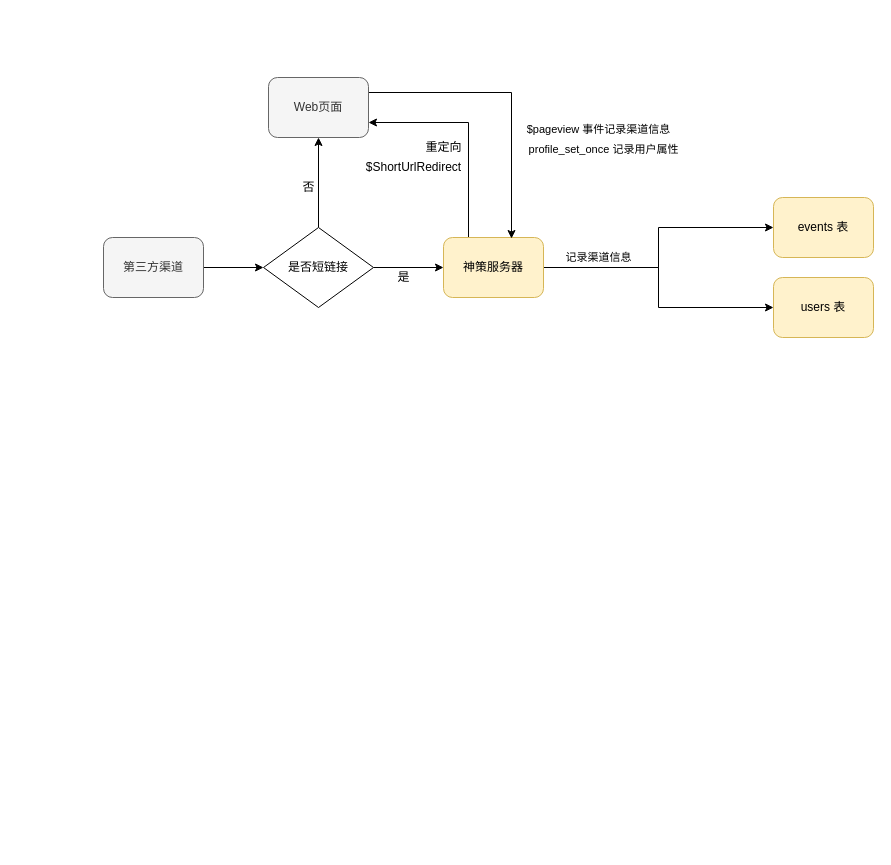
The draw.io diagram 导入工具.drawio in zhulinghao/drawio_warehouse, before the edit. Source tidied: cells renumbered, new cells numbered last; positions are measured from the earlier drawing's top-left corner, leaving out a move shared by most shapes. Both pictures are drawn from the tidied source at 100%, with x=0, y=0 at pixel (103, 77).
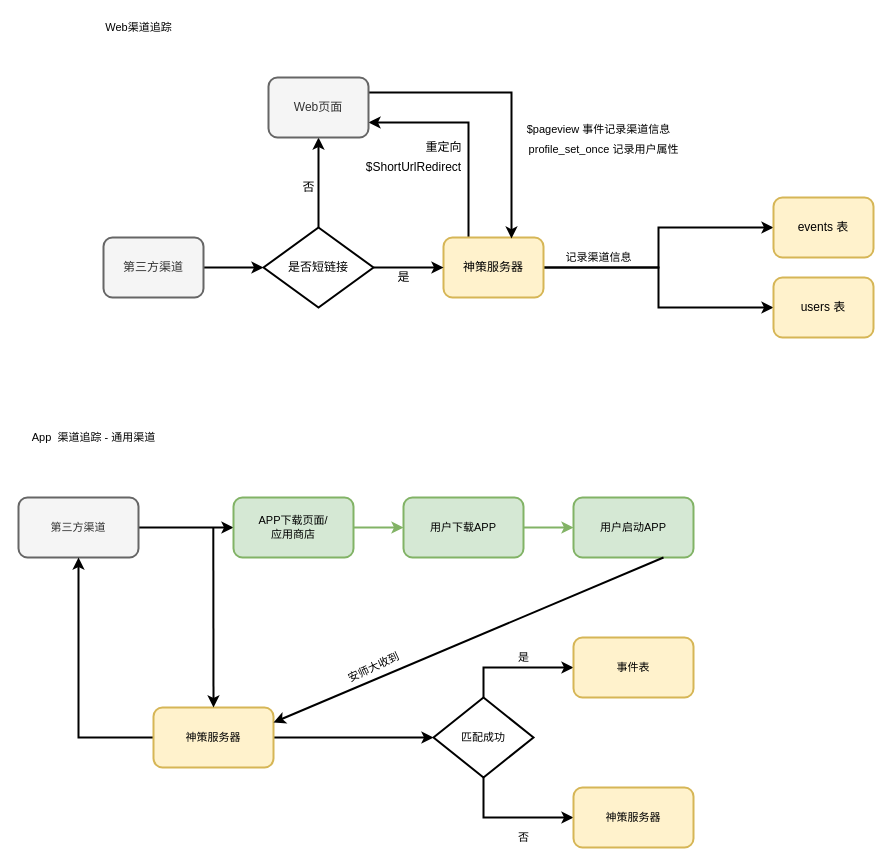
After the change.

Diff of the diagram source:
```diff
@@
-    <mxCell id="2" style="edgeStyle=orthogonalEdgeStyle;rounded=0;jettySize=auto;html=1;exitX=1;exitY=0.5;exitDx=0;exitDy=0;entryX=0;entryY=0.5;entryDx=0;entryDy=0;" parent="1" edge="1" source="3" target="10">
+    <mxCell id="2" style="edgeStyle=orthogonalEdgeStyle;rounded=0;jettySize=auto;html=1;exitX=1;exitY=0.5;exitDx=0;exitDy=0;entryX=0;entryY=0.5;entryDx=0;entryDy=0;strokeWidth=2;" parent="1" edge="1" source="3" target="10">
       <mxGeometry relative="1" as="geometry" />
     </mxCell>
-    <mxCell id="3" value="第三方渠道" style="rounded=1;whiteSpace=wrap;html=1;fillColor=#f5f5f5;fontColor=#333333;strokeColor=#666666;" parent="1" vertex="1">
+    <mxCell id="3" value="第三方渠道" style="rounded=1;whiteSpace=wrap;html=1;fillColor=#f5f5f5;fontColor=#333333;strokeColor=#666666;strokeWidth=2;" parent="1" vertex="1">
       <mxGeometry y="160" width="100" height="60" as="geometry" />
     </mxCell>
-    <mxCell id="4" style="edgeStyle=orthogonalEdgeStyle;rounded=0;jettySize=auto;html=1;exitX=0.25;exitY=0;exitDx=0;exitDy=0;entryX=1;entryY=0.75;entryDx=0;entryDy=0;" parent="1" edge="1" source="7" target="12">
+    <mxCell id="4" style="edgeStyle=orthogonalEdgeStyle;rounded=0;jettySize=auto;html=1;exitX=0.25;exitY=0;exitDx=0;exitDy=0;entryX=1;entryY=0.75;entryDx=0;entryDy=0;strokeWidth=2;" parent="1" edge="1" source="7" target="12">
       <mxGeometry relative="1" as="geometry" />
     </mxCell>
-    <mxCell id="5" style="edgeStyle=orthogonalEdgeStyle;rounded=0;jettySize=auto;html=1;exitX=1;exitY=0.5;exitDx=0;exitDy=0;entryX=0;entryY=0.5;entryDx=0;entryDy=0;" parent="1" edge="1" source="7" target="13">
+    <mxCell id="5" style="edgeStyle=orthogonalEdgeStyle;rounded=0;jettySize=auto;html=1;exitX=1;exitY=0.5;exitDx=0;exitDy=0;entryX=0;entryY=0.5;entryDx=0;entryDy=0;strokeWidth=2;" parent="1" edge="1" source="7" target="13">
       <mxGeometry relative="1" as="geometry" />
     </mxCell>
-    <mxCell id="6" style="edgeStyle=orthogonalEdgeStyle;rounded=0;jettySize=auto;html=1;exitX=1;exitY=0.5;exitDx=0;exitDy=0;entryX=0;entryY=0.5;entryDx=0;entryDy=0;" parent="1" edge="1" source="7" target="14">
+    <mxCell id="6" style="edgeStyle=orthogonalEdgeStyle;rounded=0;jettySize=auto;html=1;exitX=1;exitY=0.5;exitDx=0;exitDy=0;entryX=0;entryY=0.5;entryDx=0;entryDy=0;strokeWidth=2;" parent="1" edge="1" source="7" target="14">
       <mxGeometry relative="1" as="geometry" />
     </mxCell>
-    <mxCell id="7" value="神策服务器" style="rounded=1;whiteSpace=wrap;html=1;fillColor=#fff2cc;strokeColor=#d6b656;" parent="1" vertex="1">
+    <mxCell id="7" value="神策服务器" style="rounded=1;whiteSpace=wrap;html=1;fillColor=#fff2cc;strokeColor=#d6b656;strokeWidth=2;" parent="1" vertex="1">
       <mxGeometry x="340" y="160" width="100" height="60" as="geometry" />
     </mxCell>
-    <mxCell id="8" style="edgeStyle=orthogonalEdgeStyle;rounded=0;jettySize=auto;html=1;exitX=1;exitY=0.5;exitDx=0;exitDy=0;entryX=0;entryY=0.5;entryDx=0;entryDy=0;" parent="1" edge="1" source="10" target="7">
+    <mxCell id="8" style="edgeStyle=orthogonalEdgeStyle;rounded=0;jettySize=auto;html=1;exitX=1;exitY=0.5;exitDx=0;exitDy=0;entryX=0;entryY=0.5;entryDx=0;entryDy=0;strokeWidth=2;" parent="1" edge="1" source="10" target="7">
       <mxGeometry relative="1" as="geometry" />
     </mxCell>
-    <mxCell id="9" style="edgeStyle=orthogonalEdgeStyle;rounded=0;jettySize=auto;html=1;exitX=0.5;exitY=0;exitDx=0;exitDy=0;entryX=0.5;entryY=1;entryDx=0;entryDy=0;fontSize=11;" parent="1" edge="1" source="10" target="12">
+    <mxCell id="9" style="edgeStyle=orthogonalEdgeStyle;rounded=0;jettySize=auto;html=1;exitX=0.5;exitY=0;exitDx=0;exitDy=0;entryX=0.5;entryY=1;entryDx=0;entryDy=0;fontSize=11;strokeWidth=2;" parent="1" edge="1" source="10" target="12">
       <mxGeometry relative="1" as="geometry" />
     </mxCell>
-    <mxCell id="10" value="是否短链接" style="rhombus;whiteSpace=wrap;html=1;" parent="1" vertex="1">
+    <mxCell id="10" value="是否短链接" style="rhombus;whiteSpace=wrap;html=1;strokeWidth=2;" parent="1" vertex="1">
       <mxGeometry x="160" y="150" width="110" height="80" as="geometry" />
     </mxCell>
-    <mxCell id="11" style="edgeStyle=orthogonalEdgeStyle;rounded=0;jettySize=auto;html=1;exitX=1;exitY=0.25;exitDx=0;exitDy=0;entryX=0.68;entryY=0.017;entryDx=0;entryDy=0;entryPerimeter=0;" parent="1" edge="1" source="12" target="7">
+    <mxCell id="11" style="edgeStyle=orthogonalEdgeStyle;rounded=0;jettySize=auto;html=1;exitX=1;exitY=0.25;exitDx=0;exitDy=0;entryX=0.68;entryY=0.017;entryDx=0;entryDy=0;entryPerimeter=0;strokeWidth=2;" parent="1" edge="1" source="12" target="7">
       <mxGeometry relative="1" as="geometry" />
     </mxCell>
-    <mxCell id="12" value="Web页面" style="rounded=1;whiteSpace=wrap;html=1;fillColor=#f5f5f5;strokeColor=#666666;fontColor=#333333;" parent="1" vertex="1">
+    <mxCell id="12" value="Web页面" style="rounded=1;whiteSpace=wrap;html=1;fillColor=#f5f5f5;strokeColor=#666666;fontColor=#333333;strokeWidth=2;" parent="1" vertex="1">
       <mxGeometry x="165" width="100" height="60" as="geometry" />
     </mxCell>
-    <mxCell id="13" value="events 表" style="rounded=1;whiteSpace=wrap;html=1;fillColor=#fff2cc;strokeColor=#d6b656;" parent="1" vertex="1">
+    <mxCell id="13" value="events 表" style="rounded=1;whiteSpace=wrap;html=1;fillColor=#fff2cc;strokeColor=#d6b656;strokeWidth=2;" parent="1" vertex="1">
       <mxGeometry x="670" y="120" width="100" height="60" as="geometry" />
     </mxCell>
-    <mxCell id="14" value="users 表" style="rounded=1;whiteSpace=wrap;html=1;fillColor=#fff2cc;strokeColor=#d6b656;" parent="1" vertex="1">
+    <mxCell id="14" value="users 表" style="rounded=1;whiteSpace=wrap;html=1;fillColor=#fff2cc;strokeColor=#d6b656;strokeWidth=2;" parent="1" vertex="1">
       <mxGeometry x="670" y="200" width="100" height="60" as="geometry" />
     </mxCell>
-    <mxCell id="15" value="是" style="text;html=1;align=center;verticalAlign=middle;strokeColor=none;fillColor=none;" parent="1" vertex="1">
+    <mxCell id="15" value="是" style="text;html=1;align=center;verticalAlign=middle;strokeColor=none;fillColor=none;strokeWidth=2;" parent="1" vertex="1">
       <mxGeometry x="285" y="190" width="30" height="20" as="geometry" />
     </mxCell>
-    <mxCell id="16" value="否" style="text;html=1;align=center;verticalAlign=middle;strokeColor=none;fillColor=none;" parent="1" vertex="1">
+    <mxCell id="16" value="否" style="text;html=1;align=center;verticalAlign=middle;strokeColor=none;fillColor=none;strokeWidth=2;" parent="1" vertex="1">
       <mxGeometry x="190" y="100" width="30" height="20" as="geometry" />
     </mxCell>
-    <mxCell id="17" value="重定向" style="text;html=1;align=center;verticalAlign=middle;strokeColor=none;fillColor=none;" parent="1" vertex="1">
+    <mxCell id="17" value="重定向" style="text;html=1;align=center;verticalAlign=middle;strokeColor=none;fillColor=none;strokeWidth=2;" parent="1" vertex="1">
       <mxGeometry x="315" y="60" width="50" height="20" as="geometry" />
     </mxCell>
-    <mxCell id="18" value="$ShortUrlRedirect" style="text;html=1;align=center;verticalAlign=middle;strokeColor=none;fillColor=none;" parent="1" vertex="1">
+    <mxCell id="18" value="$ShortUrlRedirect" style="text;html=1;align=center;verticalAlign=middle;strokeColor=none;fillColor=none;strokeWidth=2;" parent="1" vertex="1">
       <mxGeometry x="255" y="80" width="110" height="20" as="geometry" />
     </mxCell>
-    <mxCell id="19" value="&lt;font style=&quot;font-size: 11px&quot;&gt;$pageview 事件记录渠道信息&lt;/font&gt;" style="text;html=1;align=center;verticalAlign=middle;strokeColor=none;fillColor=none;fontSize=15;strokeWidth=0;" parent="1" vertex="1">
+    <mxCell id="19" value="&lt;font style=&quot;font-size: 11px&quot;&gt;$pageview 事件记录渠道信息&lt;/font&gt;" style="text;html=1;align=center;verticalAlign=middle;strokeColor=none;fillColor=none;fontSize=15;strokeWidth=2;" parent="1" vertex="1">
       <mxGeometry x="410" y="40" width="170" height="20" as="geometry" />
     </mxCell>
-    <mxCell id="20" value="&lt;font style=&quot;font-size: 11px&quot;&gt;profile_set_once 记录用户属性&lt;/font&gt;" style="text;html=1;align=center;verticalAlign=middle;strokeColor=none;fillColor=none;fontSize=15;strokeWidth=0;" parent="1" vertex="1">
+    <mxCell id="20" value="&lt;font style=&quot;font-size: 11px&quot;&gt;profile_set_once 记录用户属性&lt;/font&gt;" style="text;html=1;align=center;verticalAlign=middle;strokeColor=none;fillColor=none;fontSize=15;strokeWidth=2;" parent="1" vertex="1">
       <mxGeometry x="410" y="60" width="180" height="20" as="geometry" />
     </mxCell>
-    <mxCell id="21" value="记录渠道信息" style="text;html=1;align=center;verticalAlign=middle;strokeColor=none;fillColor=none;fontSize=11;" parent="1" vertex="1">
+    <mxCell id="21" value="记录渠道信息" style="text;html=1;align=center;verticalAlign=middle;strokeColor=none;fillColor=none;fontSize=11;strokeWidth=2;" parent="1" vertex="1">
       <mxGeometry x="450" y="170" width="90" height="20" as="geometry" />
     </mxCell>
+    <mxCell id="22" value="Web渠道追踪" style="text;html=1;align=center;verticalAlign=middle;strokeColor=none;fillColor=none;fontSize=11;" parent="1" vertex="1">
+      <mxGeometry x="-10" y="-60" width="90" height="20" as="geometry" />
+    </mxCell>
+    <mxCell id="23" value="App&amp;nbsp;&lt;span style=&quot;white-space: pre&quot;&gt; &lt;/span&gt;渠道追踪 - 通用渠道" style="text;html=1;align=center;verticalAlign=middle;strokeColor=none;fillColor=none;fontSize=11;" parent="1" vertex="1">
+      <mxGeometry x="-85" y="350" width="150" height="20" as="geometry" />
+    </mxCell>
+    <mxCell id="24" style="edgeStyle=orthogonalEdgeStyle;rounded=0;jettySize=auto;html=1;exitX=1;exitY=0.5;exitDx=0;exitDy=0;fontSize=11;entryX=0;entryY=0.5;entryDx=0;entryDy=0;strokeWidth=2;" parent="1" edge="1" source="25" target="27">
+      <mxGeometry relative="1" as="geometry">
+        <Array as="points">
+          <mxPoint x="110" y="450" />
+          <mxPoint x="110" y="450" />
+        </Array>
+      </mxGeometry>
+    </mxCell>
+    <mxCell id="25" value="第三方渠道" style="rounded=1;whiteSpace=wrap;html=1;fontSize=11;strokeWidth=2;fillColor=#f5f5f5;fontColor=#333333;strokeColor=#666666;" parent="1" vertex="1">
+      <mxGeometry x="-85" y="420" width="120" height="60" as="geometry" />
+    </mxCell>
+    <mxCell id="26" style="edgeStyle=orthogonalEdgeStyle;rounded=0;jettySize=auto;html=1;exitX=1;exitY=0.5;exitDx=0;exitDy=0;fontSize=11;fillColor=#d5e8d4;strokeColor=#82b366;strokeWidth=2;" parent="1" edge="1" source="27">
+      <mxGeometry relative="1" as="geometry">
+        <mxPoint x="300" y="450" as="targetPoint" />
+      </mxGeometry>
+    </mxCell>
+    <mxCell id="27" value="APP下载页面/&lt;br&gt;应用商店" style="rounded=1;whiteSpace=wrap;html=1;fontSize=11;strokeWidth=2;fillColor=#d5e8d4;strokeColor=#82b366;" parent="1" vertex="1">
+      <mxGeometry x="130" y="420" width="120" height="60" as="geometry" />
+    </mxCell>
+    <mxCell id="28" style="edgeStyle=orthogonalEdgeStyle;rounded=0;jettySize=auto;html=1;exitX=1;exitY=0.5;exitDx=0;exitDy=0;fontSize=11;fillColor=#d5e8d4;strokeColor=#82b366;strokeWidth=2;" parent="1" edge="1" source="29">
+      <mxGeometry relative="1" as="geometry">
+        <mxPoint x="470" y="450" as="targetPoint" />
+      </mxGeometry>
+    </mxCell>
+    <mxCell id="29" value="用户下载APP" style="rounded=1;whiteSpace=wrap;html=1;fontSize=11;strokeWidth=2;fillColor=#d5e8d4;strokeColor=#82b366;" parent="1" vertex="1">
+      <mxGeometry x="300" y="420" width="120" height="60" as="geometry" />
+    </mxCell>
+    <mxCell id="30" value="用户启动APP" style="rounded=1;whiteSpace=wrap;html=1;fontSize=11;strokeWidth=2;fillColor=#d5e8d4;strokeColor=#82b366;" parent="1" vertex="1">
+      <mxGeometry x="470" y="420" width="120" height="60" as="geometry" />
+    </mxCell>
+    <mxCell id="31" style="edgeStyle=orthogonalEdgeStyle;rounded=0;jettySize=auto;html=1;exitX=1;exitY=0.5;exitDx=0;exitDy=0;fontSize=11;strokeWidth=2;entryX=0;entryY=0.5;entryDx=0;entryDy=0;" parent="1" edge="1" source="33" target="36">
+      <mxGeometry relative="1" as="geometry" />
+    </mxCell>
+    <mxCell id="32" style="edgeStyle=orthogonalEdgeStyle;rounded=0;jettySize=auto;html=1;exitX=0;exitY=0.5;exitDx=0;exitDy=0;fontSize=11;strokeWidth=2;" parent="1" edge="1" source="33" target="25">
+      <mxGeometry relative="1" as="geometry" />
+    </mxCell>
+    <mxCell id="33" value="神策服务器" style="rounded=1;whiteSpace=wrap;html=1;fontSize=11;strokeWidth=2;fillColor=#fff2cc;strokeColor=#d6b656;" parent="1" vertex="1">
+      <mxGeometry x="50" y="630" width="120" height="60" as="geometry" />
+    </mxCell>
+    <mxCell id="34" style="edgeStyle=orthogonalEdgeStyle;rounded=0;jettySize=auto;html=1;exitX=0.5;exitY=0;exitDx=0;exitDy=0;fontSize=11;strokeWidth=2;" parent="1" edge="1" source="36" target="37">
+      <mxGeometry relative="1" as="geometry" />
+    </mxCell>
+    <mxCell id="35" style="edgeStyle=orthogonalEdgeStyle;rounded=0;jettySize=auto;html=1;exitX=0.5;exitY=1;exitDx=0;exitDy=0;fontSize=11;entryX=0;entryY=0.5;entryDx=0;entryDy=0;strokeWidth=2;" parent="1" edge="1" source="36" target="38">
+      <mxGeometry relative="1" as="geometry" />
+    </mxCell>
+    <mxCell id="36" value="匹配成功" style="rhombus;whiteSpace=wrap;html=1;fontSize=11;strokeWidth=2;" parent="1" vertex="1">
+      <mxGeometry x="330" y="620" width="100" height="80" as="geometry" />
+    </mxCell>
+    <mxCell id="37" value="事件表" style="rounded=1;whiteSpace=wrap;html=1;fontSize=11;strokeWidth=2;fillColor=#fff2cc;strokeColor=#d6b656;" parent="1" vertex="1">
+      <mxGeometry x="470" y="560" width="120" height="60" as="geometry" />
+    </mxCell>
+    <mxCell id="38" value="神策服务器" style="rounded=1;whiteSpace=wrap;html=1;fontSize=11;strokeWidth=2;fillColor=#fff2cc;strokeColor=#d6b656;" parent="1" vertex="1">
+      <mxGeometry x="470" y="710" width="120" height="60" as="geometry" />
+    </mxCell>
+    <mxCell id="39" value="是" style="text;html=1;align=center;verticalAlign=middle;strokeColor=none;fillColor=none;fontSize=11;strokeWidth=2;" parent="1" vertex="1">
+      <mxGeometry x="405" y="570" width="30" height="20" as="geometry" />
+    </mxCell>
+    <mxCell id="40" value="否" style="text;html=1;align=center;verticalAlign=middle;strokeColor=none;fillColor=none;fontSize=11;strokeWidth=2;" parent="1" vertex="1">
+      <mxGeometry x="405" y="750" width="30" height="20" as="geometry" />
+    </mxCell>
+    <mxCell id="41" style="endArrow=classic;html=1;rounded=0;fontSize=11;entryX=0.5;entryY=0;entryDx=0;entryDy=0;strokeWidth=2;" parent="1" edge="1" target="33">
+      <mxGeometry relative="1" as="geometry">
+        <mxPoint x="109.8" y="450" as="sourcePoint" />
+      </mxGeometry>
+    </mxCell>
+    <mxCell id="42" style="endArrow=classic;html=1;rounded=0;fontSize=11;strokeWidth=2;entryX=1;entryY=0.25;entryDx=0;entryDy=0;exitX=0.75;exitY=1;exitDx=0;exitDy=0;" parent="1" edge="1" source="30" target="33">
+      <mxGeometry relative="1" as="geometry" />
+    </mxCell>
+    <mxCell id="43" value="安师大收到" style="text;html=1;align=center;verticalAlign=middle;strokeColor=none;fillColor=none;fontSize=11;rotation=-25;" parent="1" vertex="1">
+      <mxGeometry x="230" y="580" width="80" height="20" as="geometry" />
+    </mxCell>
```
